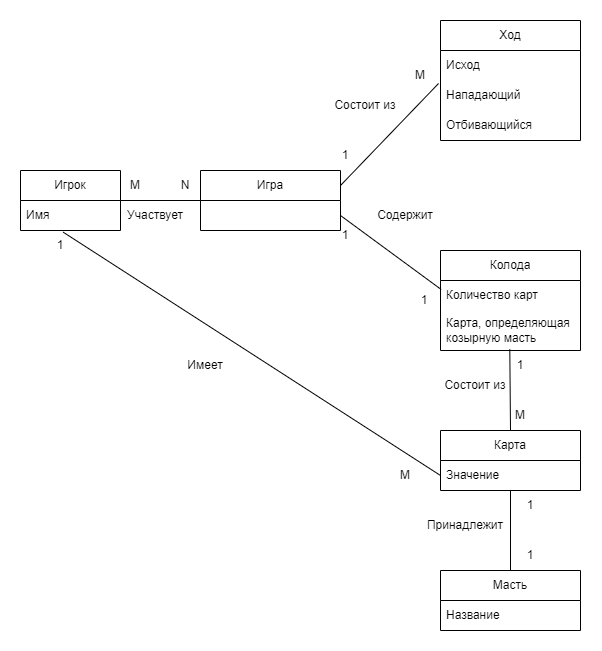
Earlier version of the draw.io export images/ERD.png (Arturio186/design). Source tidied: cells renumbered, new cells last; positions are measured from the earlier drawing's top-left corner, leaving out a move shared by most shapes.
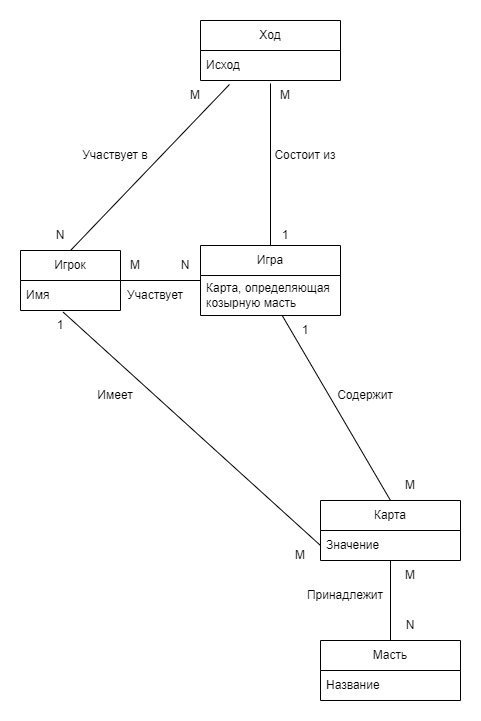
Above is the later version.

Change to the diagram source:
```diff
@@ -3,120 +3,108 @@
     <mxCell id="0" />
     <mxCell id="1" parent="0" />
     <mxCell id="2" value="Игрок" style="swimlane;fontStyle=0;horizontal=1;startSize=30;whiteSpace=wrap;html=1;" parent="1" vertex="1">
-      <mxGeometry y="150" width="100" height="60" as="geometry" />
+      <mxGeometry x="170" y="430" width="100" height="60" as="geometry" />
     </mxCell>
     <mxCell id="3" value="Имя" style="text;strokeColor=none;fillColor=none;align=left;verticalAlign=middle;spacingLeft=4;spacingRight=4;overflow=hidden;points=[[0,0.5],[1,0.5]];portConstraint=eastwest;whiteSpace=wrap;html=1;" parent="2" vertex="1">
       <mxGeometry y="30" width="100" height="30" as="geometry" />
     </mxCell>
     <mxCell id="4" value="Карта" style="swimlane;fontStyle=0;horizontal=1;startSize=30;whiteSpace=wrap;html=1;" parent="1" vertex="1">
-      <mxGeometry x="420" y="410" width="140" height="60" as="geometry" />
+      <mxGeometry x="470" y="680" width="140" height="60" as="geometry" />
     </mxCell>
     <mxCell id="5" value="Значение" style="text;strokeColor=none;fillColor=none;align=left;verticalAlign=middle;spacingLeft=4;spacingRight=4;overflow=hidden;points=[[0,0.5],[1,0.5]];portConstraint=eastwest;whiteSpace=wrap;html=1;" parent="4" vertex="1">
       <mxGeometry y="30" width="140" height="30" as="geometry" />
     </mxCell>
-    <mxCell id="6" value="Колода" style="swimlane;fontStyle=0;horizontal=1;startSize=30;whiteSpace=wrap;html=1;" parent="1" vertex="1">
-      <mxGeometry x="420" y="230" width="140" height="100" as="geometry" />
-    </mxCell>
-    <mxCell id="7" value="Количество карт" style="text;strokeColor=none;fillColor=none;align=left;verticalAlign=middle;spacingLeft=4;spacingRight=4;overflow=hidden;points=[[0,0.5],[1,0.5]];portConstraint=eastwest;whiteSpace=wrap;html=1;" parent="6" vertex="1">
-      <mxGeometry y="30" width="140" height="30" as="geometry" />
-    </mxCell>
-    <mxCell id="8" value="Карта, определяющая козырную масть" style="text;strokeColor=none;fillColor=none;align=left;verticalAlign=middle;spacingLeft=4;spacingRight=4;overflow=hidden;points=[[0,0.5],[1,0.5]];portConstraint=eastwest;whiteSpace=wrap;html=1;" parent="6" vertex="1">
-      <mxGeometry y="60" width="140" height="40" as="geometry" />
-    </mxCell>
     <mxCell id="9" value="Ход" style="swimlane;fontStyle=0;horizontal=1;startSize=30;whiteSpace=wrap;html=1;" parent="1" vertex="1">
-      <mxGeometry x="420" width="140" height="120" as="geometry" />
+      <mxGeometry x="350" y="200" width="140" height="60" as="geometry" />
     </mxCell>
     <mxCell id="10" value="Исход" style="text;strokeColor=none;fillColor=none;align=left;verticalAlign=middle;spacingLeft=4;spacingRight=4;overflow=hidden;points=[[0,0.5],[1,0.5]];portConstraint=eastwest;whiteSpace=wrap;html=1;" parent="9" vertex="1">
       <mxGeometry y="30" width="140" height="30" as="geometry" />
     </mxCell>
-    <mxCell id="11" value="Нападающий" style="text;strokeColor=none;fillColor=none;align=left;verticalAlign=middle;spacingLeft=4;spacingRight=4;overflow=hidden;points=[[0,0.5],[1,0.5]];portConstraint=eastwest;whiteSpace=wrap;html=1;" parent="9" vertex="1">
-      <mxGeometry y="60" width="140" height="30" as="geometry" />
-    </mxCell>
-    <mxCell id="12" value="Отбивающийся" style="text;strokeColor=none;fillColor=none;align=left;verticalAlign=middle;spacingLeft=4;spacingRight=4;overflow=hidden;whiteSpace=wrap;html=1;" parent="9" vertex="1">
-      <mxGeometry y="90" width="140" height="30" as="geometry" />
-    </mxCell>
     <mxCell id="13" value="Игра" style="swimlane;fontStyle=0;horizontal=1;startSize=30;whiteSpace=wrap;html=1;" parent="1" vertex="1">
-      <mxGeometry x="180" y="150" width="140" height="60" as="geometry" />
+      <mxGeometry x="350" y="425" width="140" height="70" as="geometry" />
     </mxCell>
+    <mxCell id="8" value="Карта, определяющая козырную масть" style="text;strokeColor=none;fillColor=none;align=left;verticalAlign=middle;spacingLeft=4;spacingRight=4;overflow=hidden;points=[[0,0.5],[1,0.5]];portConstraint=eastwest;whiteSpace=wrap;html=1;" parent="13" vertex="1">
+      <mxGeometry y="30" width="140" height="40" as="geometry" />
+    </mxCell>
     <mxCell id="14" style="endArrow=none;html=1;rounded=0;entryX=0;entryY=0.5;entryDx=0;entryDy=0;" parent="1" edge="1" source="2" target="13">
       <mxGeometry relative="1" as="geometry" />
     </mxCell>
     <mxCell id="15" value="Масть" style="swimlane;fontStyle=0;horizontal=1;startSize=30;whiteSpace=wrap;html=1;" parent="1" vertex="1">
-      <mxGeometry x="420" y="550" width="140" height="60" as="geometry" />
+      <mxGeometry x="470" y="820" width="140" height="60" as="geometry" />
     </mxCell>
     <mxCell id="16" value="Название" style="text;strokeColor=none;fillColor=none;align=left;verticalAlign=middle;spacingLeft=4;spacingRight=4;overflow=hidden;whiteSpace=wrap;html=1;" parent="15" vertex="1">
       <mxGeometry y="30" width="140" height="30" as="geometry" />
     </mxCell>
-    <mxCell id="17" style="endArrow=none;html=1;rounded=0;entryX=-0.014;entryY=0.1;entryDx=0;entryDy=0;entryPerimeter=0;exitX=1;exitY=0.25;exitDx=0;exitDy=0;" parent="1" edge="1" source="13" target="11">
-      <mxGeometry relative="1" as="geometry" />
-    </mxCell>
-    <mxCell id="18" style="endArrow=none;html=1;rounded=0;entryX=0.005;entryY=0.3;entryDx=0;entryDy=0;entryPerimeter=0;exitX=1;exitY=0.75;exitDx=0;exitDy=0;" parent="1" edge="1" source="13" target="7">
-      <mxGeometry relative="1" as="geometry" />
-    </mxCell>
+    <mxCell id="40" style="endArrow=none;html=1;rounded=0;entryX=0.5;entryY=1.1;entryDx=0;entryDy=0;entryPerimeter=0;exitX=0.5;exitY=0;exitDx=0;exitDy=0;" parent="1" edge="1" source="13" target="10">
+      <mxGeometry relative="1" as="geometry" />
+    </mxCell>
+    <mxCell id="41" style="endArrow=none;html=1;rounded=0;entryX=0.5;entryY=0;entryDx=0;entryDy=0;" parent="1" edge="1" source="8" target="4">
+      <mxGeometry relative="1" as="geometry" />
+    </mxCell>
     <mxCell id="19" style="endArrow=none;html=1;rounded=0;exitX=0.427;exitY=1.056;exitDx=0;exitDy=0;exitPerimeter=0;entryX=0;entryY=0.5;entryDx=0;entryDy=0;" parent="1" edge="1" source="3" target="5">
       <mxGeometry relative="1" as="geometry" />
     </mxCell>
-    <mxCell id="20" style="endArrow=none;html=1;rounded=0;entryX=0.495;entryY=0.967;entryDx=0;entryDy=0;entryPerimeter=0;exitX=0.5;exitY=0;exitDx=0;exitDy=0;" parent="1" edge="1" source="4" target="8">
-      <mxGeometry relative="1" as="geometry" />
-    </mxCell>
-    <mxCell id="21" style="endArrow=none;html=1;rounded=0;exitX=0.5;exitY=0;exitDx=0;exitDy=0;" parent="1" edge="1" source="15">
-      <mxGeometry relative="1" as="geometry">
-        <mxPoint x="490" y="470" as="targetPoint" />
-      </mxGeometry>
-    </mxCell>
-    <mxCell id="22" value="1" style="text;html=1;align=center;verticalAlign=middle;whiteSpace=wrap;rounded=0;" parent="1" vertex="1">
-      <mxGeometry x="470" y="330" width="60" height="30" as="geometry" />
-    </mxCell>
-    <mxCell id="23" value="1" style="text;html=1;align=center;verticalAlign=middle;whiteSpace=wrap;rounded=0;" parent="1" vertex="1">
-      <mxGeometry x="300" y="120" width="50" height="30" as="geometry" />
-    </mxCell>
-    <mxCell id="24" value="N" style="text;html=1;align=center;verticalAlign=middle;whiteSpace=wrap;rounded=0;" parent="1" vertex="1">
-      <mxGeometry x="150" y="150" width="30" height="30" as="geometry" />
-    </mxCell>
-    <mxCell id="25" value="M" style="text;html=1;align=center;verticalAlign=middle;whiteSpace=wrap;rounded=0;" parent="1" vertex="1">
-      <mxGeometry x="100" y="150" width="30" height="30" as="geometry" />
-    </mxCell>
+    <mxCell id="42" style="endArrow=none;html=1;rounded=0;exitX=0.5;exitY=0;exitDx=0;exitDy=0;" parent="1" edge="1" source="15">
+      <mxGeometry relative="1" as="geometry">
+        <mxPoint x="540" y="740" as="targetPoint" />
+      </mxGeometry>
+    </mxCell>
+    <mxCell id="43" value="1" style="text;html=1;align=center;verticalAlign=middle;whiteSpace=wrap;rounded=0;" parent="1" vertex="1">
+      <mxGeometry x="410" y="400" width="50" height="30" as="geometry" />
+    </mxCell>
+    <mxCell id="44" value="N" style="text;html=1;align=center;verticalAlign=middle;whiteSpace=wrap;rounded=0;" parent="1" vertex="1">
+      <mxGeometry x="320" y="430" width="30" height="30" as="geometry" />
+    </mxCell>
+    <mxCell id="45" value="M" style="text;html=1;align=center;verticalAlign=middle;whiteSpace=wrap;rounded=0;" parent="1" vertex="1">
+      <mxGeometry x="270" y="430" width="30" height="30" as="geometry" />
+    </mxCell>
     <mxCell id="26" value="Участвует" style="text;html=1;align=center;verticalAlign=middle;whiteSpace=wrap;rounded=0;" parent="1" vertex="1">
-      <mxGeometry x="120" y="180" width="30" height="30" as="geometry" />
+      <mxGeometry x="290" y="460" width="30" height="30" as="geometry" />
     </mxCell>
-    <mxCell id="27" value="Состоит из" style="text;html=1;align=center;verticalAlign=middle;whiteSpace=wrap;rounded=0;" parent="1" vertex="1">
-      <mxGeometry x="310" y="70" width="70" height="30" as="geometry" />
-    </mxCell>
+    <mxCell id="46" value="Состоит из" style="text;html=1;align=center;verticalAlign=middle;whiteSpace=wrap;rounded=0;" parent="1" vertex="1">
+      <mxGeometry x="420" y="320" width="70" height="30" as="geometry" />
+    </mxCell>
     <mxCell id="28" value="Содержит" style="text;html=1;align=center;verticalAlign=middle;whiteSpace=wrap;rounded=0;" parent="1" vertex="1">
-      <mxGeometry x="350" y="180" width="70" height="30" as="geometry" />
+      <mxGeometry x="480" y="560" width="70" height="30" as="geometry" />
     </mxCell>
-    <mxCell id="29" value="Состоит из" style="text;html=1;align=center;verticalAlign=middle;whiteSpace=wrap;rounded=0;" parent="1" vertex="1">
-      <mxGeometry x="420" y="350" width="70" height="30" as="geometry" />
-    </mxCell>
-    <mxCell id="30" value="M" style="text;html=1;align=center;verticalAlign=middle;whiteSpace=wrap;rounded=0;" parent="1" vertex="1">
-      <mxGeometry x="470" y="380" width="60" height="30" as="geometry" />
-    </mxCell>
-    <mxCell id="31" value="1" style="text;html=1;align=center;verticalAlign=middle;whiteSpace=wrap;rounded=0;" parent="1" vertex="1">
-      <mxGeometry x="480" y="470" width="60" height="30" as="geometry" />
-    </mxCell>
-    <mxCell id="32" value="1" style="text;html=1;align=center;verticalAlign=middle;whiteSpace=wrap;rounded=0;" parent="1" vertex="1">
-      <mxGeometry x="480" y="520" width="60" height="30" as="geometry" />
-    </mxCell>
-    <mxCell id="33" value="1" style="text;html=1;align=center;verticalAlign=middle;whiteSpace=wrap;rounded=0;" parent="1" vertex="1">
-      <mxGeometry x="10" y="210" width="60" height="30" as="geometry" />
-    </mxCell>
-    <mxCell id="34" value="M" style="text;html=1;align=center;verticalAlign=middle;whiteSpace=wrap;rounded=0;" parent="1" vertex="1">
-      <mxGeometry x="355" y="440" width="60" height="30" as="geometry" />
-    </mxCell>
+    <mxCell id="47" value="M" style="text;html=1;align=center;verticalAlign=middle;whiteSpace=wrap;rounded=0;" parent="1" vertex="1">
+      <mxGeometry x="530" y="650" width="60" height="30" as="geometry" />
+    </mxCell>
+    <mxCell id="48" value="M" style="text;html=1;align=center;verticalAlign=middle;whiteSpace=wrap;rounded=0;" parent="1" vertex="1">
+      <mxGeometry x="530" y="740" width="60" height="30" as="geometry" />
+    </mxCell>
+    <mxCell id="49" value="N" style="text;html=1;align=center;verticalAlign=middle;whiteSpace=wrap;rounded=0;" parent="1" vertex="1">
+      <mxGeometry x="530" y="790" width="60" height="30" as="geometry" />
+    </mxCell>
+    <mxCell id="50" value="1" style="text;html=1;align=center;verticalAlign=middle;whiteSpace=wrap;rounded=0;" parent="1" vertex="1">
+      <mxGeometry x="180" y="490" width="60" height="30" as="geometry" />
+    </mxCell>
+    <mxCell id="51" value="M" style="text;html=1;align=center;verticalAlign=middle;whiteSpace=wrap;rounded=0;" parent="1" vertex="1">
+      <mxGeometry x="420" y="720" width="60" height="30" as="geometry" />
+    </mxCell>
     <mxCell id="35" value="Имеет" style="text;html=1;align=center;verticalAlign=middle;whiteSpace=wrap;rounded=0;" parent="1" vertex="1">
-      <mxGeometry x="170" y="330" width="30" height="30" as="geometry" />
+      <mxGeometry x="250" y="560" width="30" height="30" as="geometry" />
     </mxCell>
     <mxCell id="36" value="Принадлежит" style="text;html=1;align=center;verticalAlign=middle;whiteSpace=wrap;rounded=0;" parent="1" vertex="1">
-      <mxGeometry x="430" y="490" width="30" height="30" as="geometry" />
+      <mxGeometry x="480" y="760" width="30" height="30" as="geometry" />
     </mxCell>
-    <mxCell id="37" value="1" style="text;html=1;align=center;verticalAlign=middle;whiteSpace=wrap;rounded=0;" parent="1" vertex="1">
-      <mxGeometry x="300" y="200" width="50" height="30" as="geometry" />
-    </mxCell>
-    <mxCell id="38" value="1" style="text;html=1;align=center;verticalAlign=middle;whiteSpace=wrap;rounded=0;" parent="1" vertex="1">
-      <mxGeometry x="379" y="265" width="50" height="30" as="geometry" />
-    </mxCell>
-    <mxCell id="39" value="M" style="text;html=1;align=center;verticalAlign=middle;whiteSpace=wrap;rounded=0;" parent="1" vertex="1">
-      <mxGeometry x="385" y="40" width="30" height="30" as="geometry" />
-    </mxCell>
+    <mxCell id="52" value="1" style="text;html=1;align=center;verticalAlign=middle;whiteSpace=wrap;rounded=0;" parent="1" vertex="1">
+      <mxGeometry x="430" y="495" width="50" height="30" as="geometry" />
+    </mxCell>
+    <mxCell id="53" value="M" style="text;html=1;align=center;verticalAlign=middle;whiteSpace=wrap;rounded=0;" parent="1" vertex="1">
+      <mxGeometry x="420" y="260" width="30" height="30" as="geometry" />
+    </mxCell>
+    <mxCell id="54" style="endArrow=none;html=1;rounded=0;exitX=0.5;exitY=0;exitDx=0;exitDy=0;entryX=0.207;entryY=1.133;entryDx=0;entryDy=0;entryPerimeter=0;" parent="1" edge="1" source="2" target="10">
+      <mxGeometry relative="1" as="geometry" />
+    </mxCell>
+    <mxCell id="55" value="Участвует в" style="text;html=1;align=center;verticalAlign=middle;whiteSpace=wrap;rounded=0;" parent="1" vertex="1">
+      <mxGeometry x="230" y="320" width="70" height="30" as="geometry" />
+    </mxCell>
+    <mxCell id="56" value="M" style="text;html=1;align=center;verticalAlign=middle;whiteSpace=wrap;rounded=0;" parent="1" vertex="1">
+      <mxGeometry x="330" y="260" width="30" height="30" as="geometry" />
+    </mxCell>
+    <mxCell id="57" value="N" style="text;html=1;align=center;verticalAlign=middle;whiteSpace=wrap;rounded=0;" parent="1" vertex="1">
+      <mxGeometry x="195" y="400" width="30" height="30" as="geometry" />
+    </mxCell>
   </root>
 </mxGraphModel>
```
